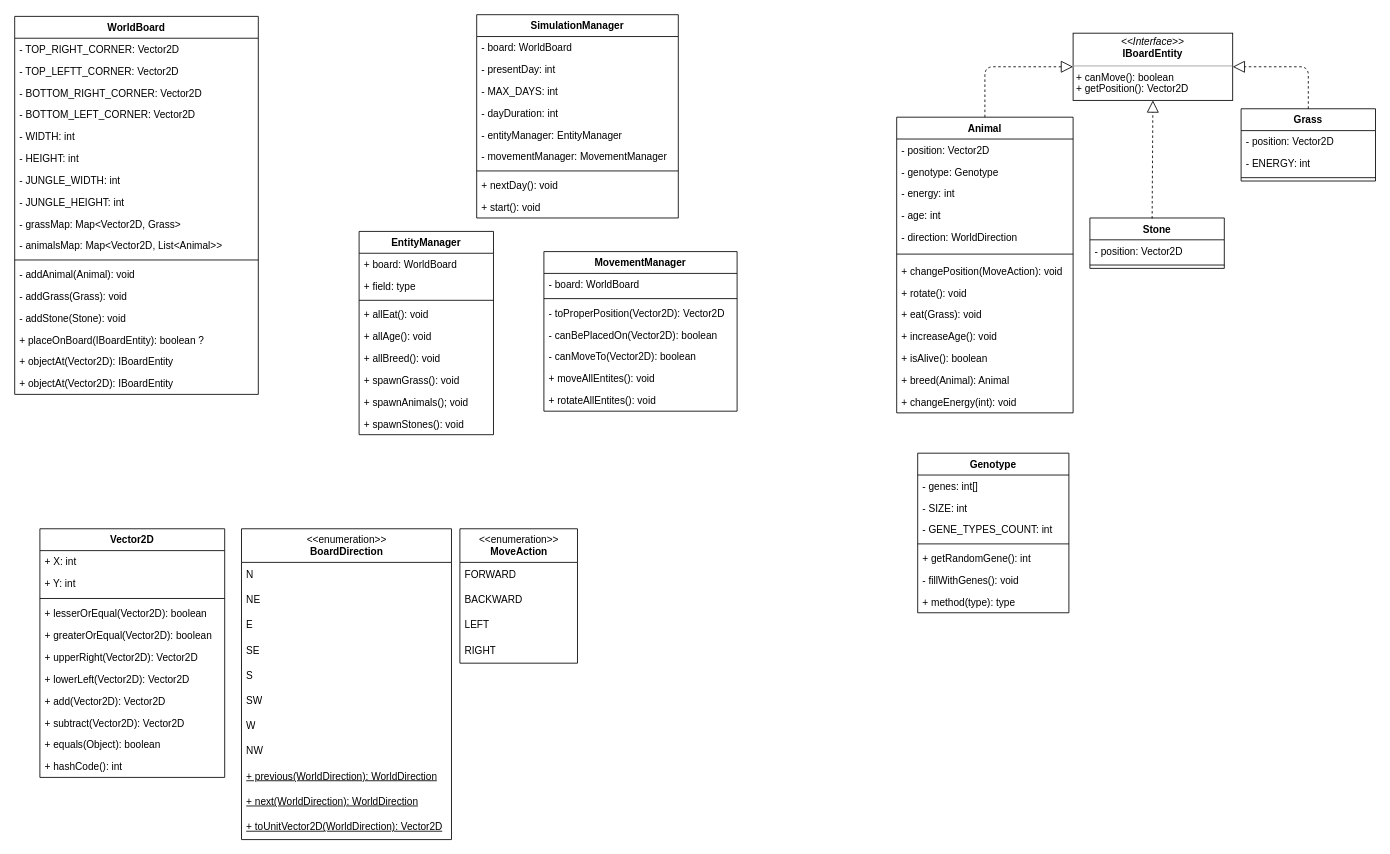
jakubsolecki/Evolutionary-Generator-Remastered keeps this draw.io diagram as Evolutionary Generator Remastered - class scheme.drawio. Above is the earlier version. Source tidied: cells renumbered, new cells numbered last; positions are measured from the earlier drawing's top-left corner, leaving out a move shared by most shapes. Both pictures are drawn from the tidied source at 84%, with x=0, y=0 at pixel (14, 14).
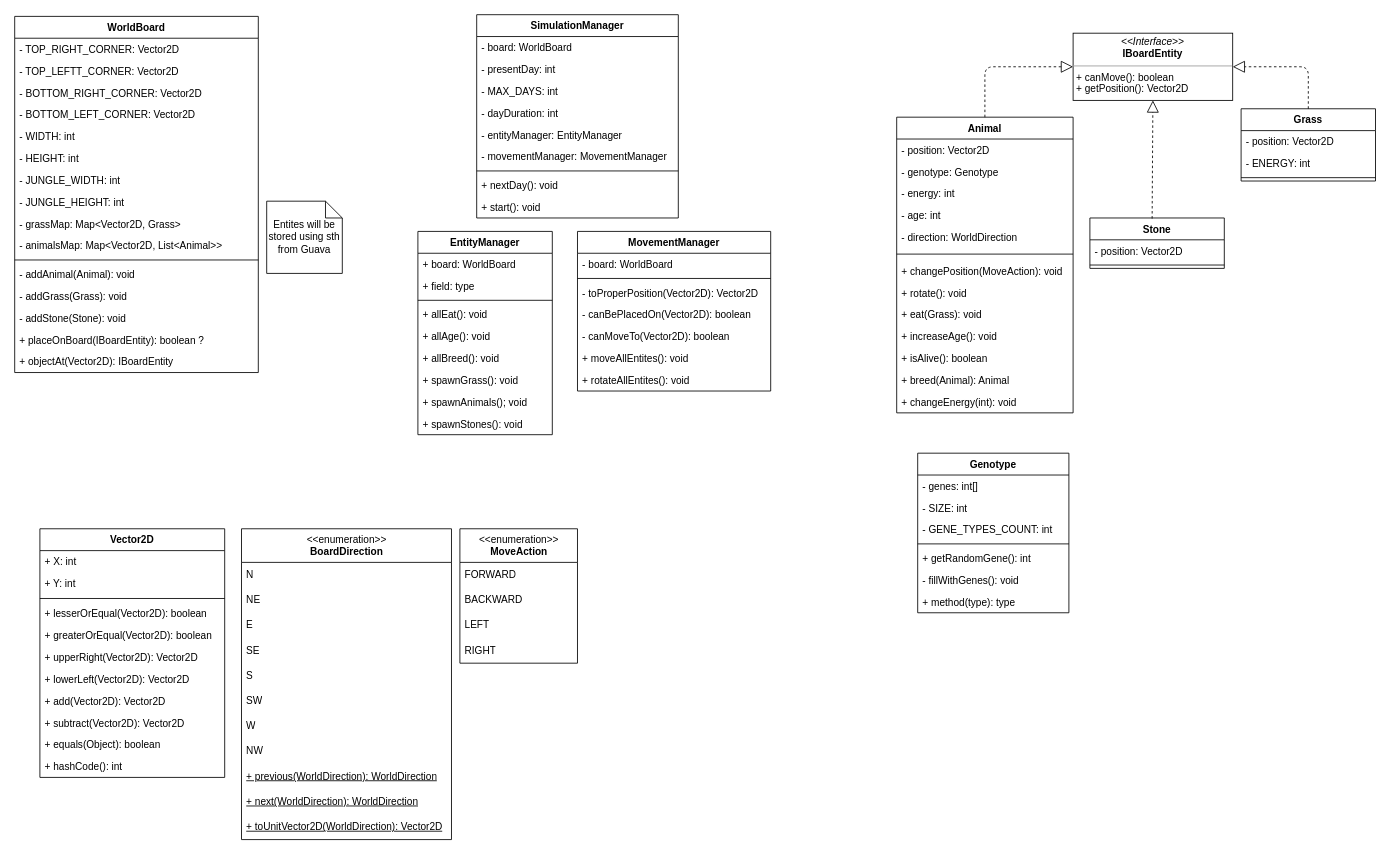
The same diagram, later.

What changed in the source:
```diff
@@
     <mxCell id="50" value="WorldBoard" style="swimlane;fontStyle=1;align=center;verticalAlign=top;horizontal=1;startSize=26;" parent="1" vertex="1">
-      <mxGeometry y="2" width="290" height="450" as="geometry" />
+      <mxGeometry y="2" width="290" height="424" as="geometry" />
     </mxCell>
@@
-    <mxCell id="67" value="+ objectAt(Vector2D): IBoardEntity" style="text;strokeColor=none;fillColor=none;align=left;verticalAlign=top;spacingLeft=4;spacingRight=4;overflow=hidden;" parent="50" vertex="1">
-      <mxGeometry y="424" width="290" height="26" as="geometry" />
-    </mxCell>
@@
     <mxCell id="69" value="EntityManager" style="swimlane;fontStyle=1;align=center;verticalAlign=top;horizontal=1;startSize=26;" parent="1" vertex="1">
-      <mxGeometry x="410" y="258" width="160" height="242" as="geometry" />
+      <mxGeometry x="480" y="258" width="160" height="242" as="geometry" />
     </mxCell>
@@
     <mxCell id="79" value="MovementManager" style="swimlane;fontStyle=1;align=center;verticalAlign=top;horizontal=1;startSize=26;" parent="1" vertex="1">
-      <mxGeometry x="630" y="282" width="230" height="190" as="geometry" />
+      <mxGeometry x="670" y="258" width="230" height="190" as="geometry" />
     </mxCell>
@@
+    <mxCell id="110" value="Entites will be stored using sth from Guava" style="shape=note;size=20;whiteSpace=wrap;html=1;" parent="1" vertex="1">
+      <mxGeometry x="300" y="222" width="90" height="86" as="geometry" />
+    </mxCell>
```
